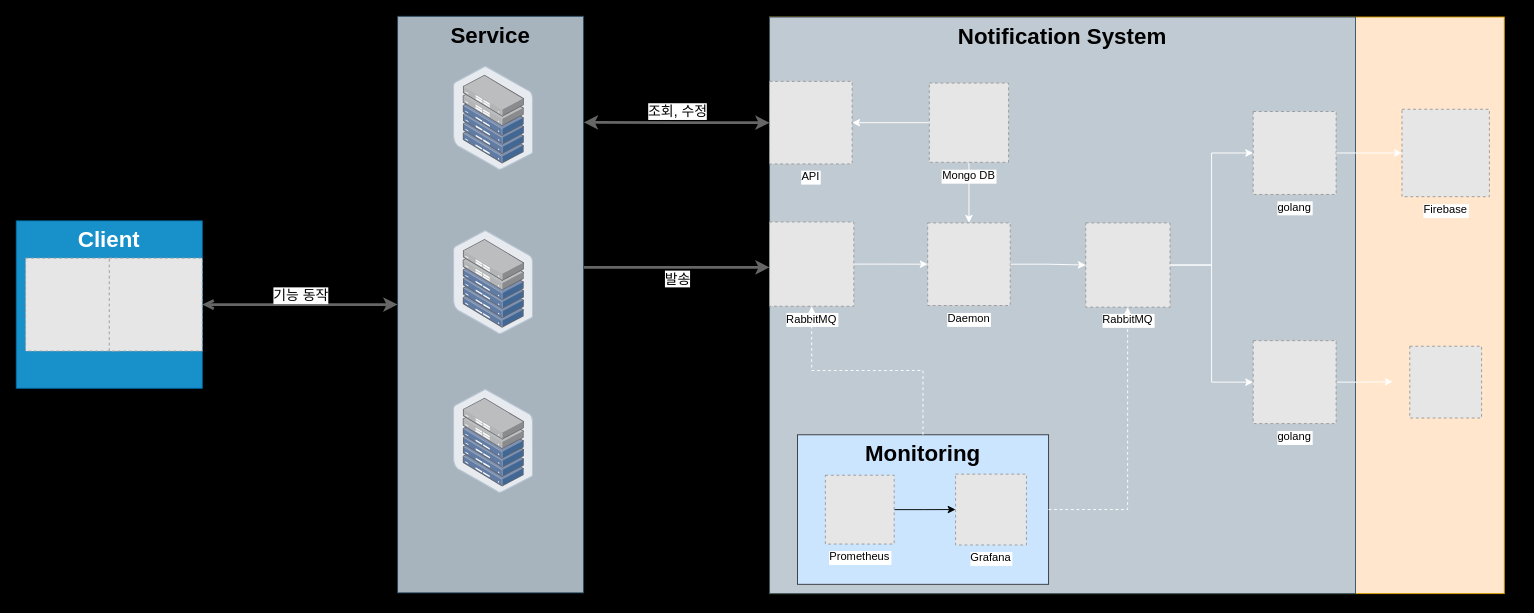
TreeStone94/drawio keeps this draw.io diagram as page "Page-1의 복사본" (2 of 2) of architecture/notification.drawio. Above is the earlier version. Source tidied: cells renumbered, new cells numbered last; positions are measured from the earlier drawing's top-left corner, leaving out a move shared by most shapes. Both pictures are drawn from the tidied source at 93%, with x=0, y=0 at pixel (16, 16). Pictures stored in the file or linked from it are replaced by grey dashed boxes.
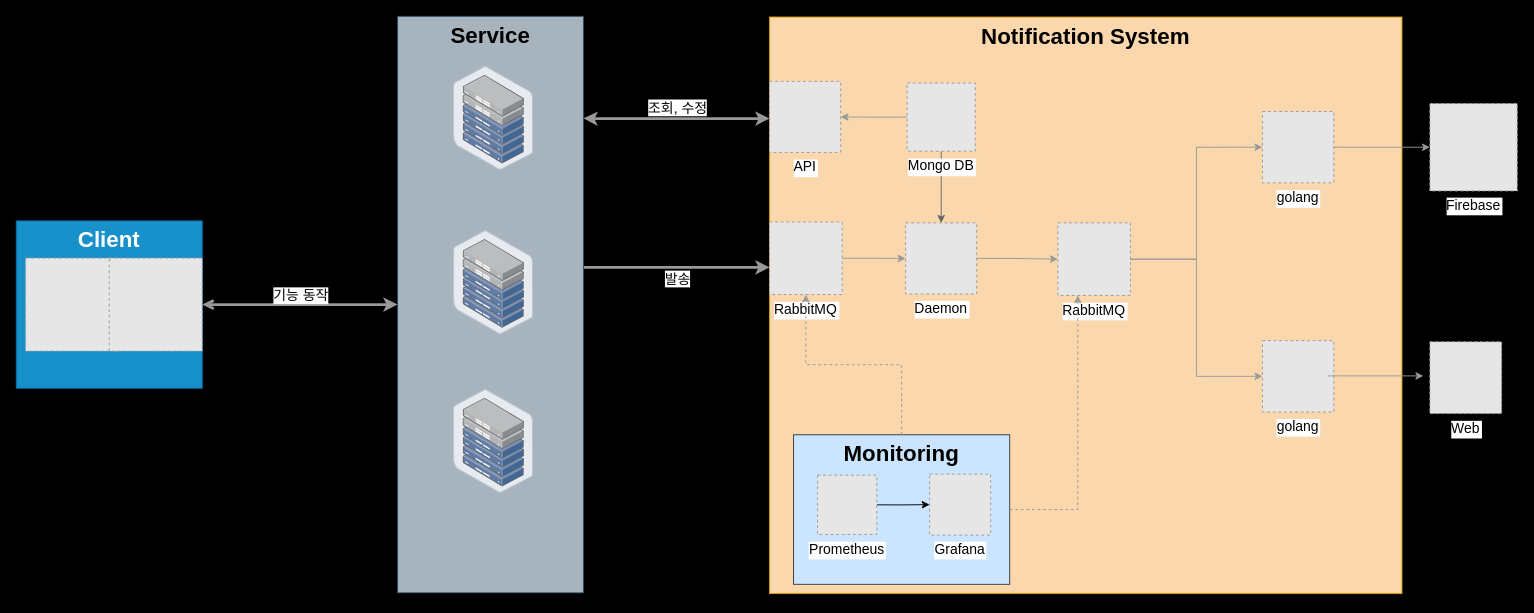
The same page after the edit.

Unchanged cells that the change refers to:
```xml
<mxCell id="33" value="&lt;h1 style=&quot;margin-top: 0px;&quot;&gt;Service&lt;/h1&gt;" style="text;html=1;whiteSpace=wrap;overflow=hidden;rounded=0;fillColor=#bac8d3;strokeColor=#23445d;opacity=90;align=center;" parent="32" vertex="1">
  <mxGeometry width="200" height="620" as="geometry" />
</mxCell>
<mxCell id="38" value="&lt;h1 style=&quot;margin-top: 0px;&quot;&gt;Client&lt;/h1&gt;" style="text;html=1;whiteSpace=wrap;overflow=hidden;rounded=0;fillColor=#1ba1e2;fontColor=#ffffff;strokeColor=#006EAF;opacity=90;align=center;" parent="37" vertex="1">
  <mxGeometry width="200" height="180" as="geometry" />
</mxCell>
```

What changed in the source:
```diff
@@
-    <mxCell id="2" style="edgeStyle=orthogonalEdgeStyle;rounded=0;jettySize=auto;html=1;strokeColor=#666666;strokeWidth=3;startArrow=open;startFill=0;fillColor=#f5f5f5;" parent="1" edge="1" source="38" target="33">
+    <mxCell id="2" style="edgeStyle=orthogonalEdgeStyle;rounded=0;jettySize=auto;html=1;strokeColor=#999999;strokeWidth=3;startArrow=open;startFill=0;fillColor=#f5f5f5;" parent="1" edge="1" source="38" target="33">
       <mxGeometry relative="1" as="geometry" />
     </mxCell>
@@
-    <mxCell id="4" style="rounded=0;orthogonalLoop=1;jettySize=auto;html=1;strokeColor=#666666;strokeWidth=3;fillColor=#f5f5f5;" parent="1" edge="1">
+    <mxCell id="4" style="rounded=0;orthogonalLoop=1;jettySize=auto;html=1;strokeColor=#999999;strokeWidth=3;fillColor=#f5f5f5;" parent="1" edge="1">
       <mxGeometry relative="1" as="geometry">
         <mxPoint x="610" y="270" as="sourcePoint" />
         <mxPoint x="810" y="270" as="targetPoint" />
       </mxGeometry>
     </mxCell>
@@
-    <mxCell id="6" style="group;fillColor=#ffe6cc;strokeColor=#d79b00;" parent="1" vertex="1">
-      <mxGeometry x="810" y="0.8" width="790" height="620" as="geometry" />
+    <mxCell id="6" value="Notification System&#10;" style="group;fillColor=#FAD7AC;strokeColor=#d79b00;fontSize=24;fontStyle=1;" parent="1" vertex="1">
+      <mxGeometry x="810" y="0.8" width="680" height="620" as="geometry" />
     </mxCell>
-    <mxCell id="7" value="&lt;h1 style=&quot;margin-top: 0px;&quot;&gt;Notification System&lt;/h1&gt;" style="text;html=1;whiteSpace=wrap;overflow=hidden;rounded=0;fillColor=#bac8d3;strokeColor=#23445d;opacity=90;align=center;" parent="6" vertex="1">
-      <mxGeometry width="630" height="620" as="geometry" />
-    </mxCell>
-    <mxCell id="8" value="API" style="fillColor=#E6E6E6;strokeColor=#999999;dashed=1;verticalLabelPosition=bottom;labelBackgroundColor=default;verticalAlign=top;" parent="6" vertex="1">
-      <mxGeometry y="69.2" width="88.8" height="88.8" as="geometry" />
+    <mxCell id="8" value="API" style="fillColor=#E6E6E6;strokeColor=#999999;dashed=1;verticalLabelPosition=bottom;labelBackgroundColor=default;verticalAlign=top;fontSize=15;" parent="6" vertex="1">
+      <mxGeometry y="69.2" width="76.4" height="76.4" as="geometry" />
     </mxCell>
-    <mxCell id="9" value="RabbitMQ" style="fillColor=#E6E6E6;strokeColor=#999999;dashed=1;verticalLabelPosition=bottom;labelBackgroundColor=#ffffff;verticalAlign=top;" parent="6" vertex="1">
-      <mxGeometry y="220.4" width="90.6" height="90.6" as="geometry" />
+    <mxCell id="9" value="RabbitMQ" style="fillColor=#E6E6E6;strokeColor=#999999;dashed=1;verticalLabelPosition=bottom;labelBackgroundColor=#ffffff;verticalAlign=top;fontSize=15;" parent="6" vertex="1">
+      <mxGeometry y="220.4" width="78" height="78" as="geometry" />
     </mxCell>
-    <mxCell id="10" style="edgeStyle=orthogonalEdgeStyle;rounded=0;jettySize=auto;html=1;strokeColor=#FFFFFF;" parent="6" edge="1" source="9" target="11">
+    <mxCell id="10" style="edgeStyle=orthogonalEdgeStyle;rounded=0;jettySize=auto;html=1;strokeColor=#999999;fillColor=#f5f5f5;" parent="6" edge="1" source="9" target="11">
       <mxGeometry relative="1" as="geometry" />
     </mxCell>
-    <mxCell id="11" value="Daemon" style="fillColor=#E6E6E6;strokeColor=#999999;dashed=1;verticalLabelPosition=bottom;labelBackgroundColor=default;verticalAlign=top;" parent="6" vertex="1">
-      <mxGeometry x="170" y="221.4" width="88.8" height="88.8" as="geometry" />
+    <mxCell id="11" value="Daemon" style="fillColor=#E6E6E6;strokeColor=#999999;dashed=1;verticalLabelPosition=bottom;labelBackgroundColor=default;verticalAlign=top;fontSize=15;" parent="6" vertex="1">
+      <mxGeometry x="146.3" y="221.4" width="76.4" height="76.4" as="geometry" />
     </mxCell>
-    <mxCell id="12" style="edgeStyle=orthogonalEdgeStyle;rounded=0;jettySize=auto;html=1;exitX=1;exitY=0.5;exitDx=0;exitDy=0;entryX=0;entryY=0.5;entryDx=0;entryDy=0;strokeColor=#FFFFFF;" parent="6" edge="1" source="11" target="13">
+    <mxCell id="12" style="edgeStyle=orthogonalEdgeStyle;rounded=0;jettySize=auto;html=1;exitX=1;exitY=0.5;exitDx=0;exitDy=0;entryX=0;entryY=0.5;entryDx=0;entryDy=0;strokeColor=#999999;fillColor=#f5f5f5;" parent="6" edge="1" source="11" target="13">
       <mxGeometry relative="1" as="geometry" />
     </mxCell>
-    <mxCell id="13" value="RabbitMQ" style="fillColor=#E6E6E6;strokeColor=#999999;dashed=1;verticalLabelPosition=bottom;labelBackgroundColor=#ffffff;verticalAlign=top;" parent="6" vertex="1">
-      <mxGeometry x="340" y="221.4" width="90.6" height="90.6" as="geometry" />
+    <mxCell id="13" value="RabbitMQ" style="fillColor=#E6E6E6;strokeColor=#999999;dashed=1;verticalLabelPosition=bottom;labelBackgroundColor=#ffffff;verticalAlign=top;fontSize=15;" parent="6" vertex="1">
+      <mxGeometry x="310" y="221.4" width="78" height="78" as="geometry" />
     </mxCell>
-    <mxCell id="14" style="edgeStyle=orthogonalEdgeStyle;rounded=0;jettySize=auto;html=1;exitX=1;exitY=0.5;exitDx=0;exitDy=0;strokeColor=#FFFFFF;" parent="6" edge="1" source="15">
-      <mxGeometry relative="1" as="geometry">
-        <mxPoint x="670" y="392.2" as="targetPoint" />
-      </mxGeometry>
-    </mxCell>
-    <mxCell id="15" value="golang" style="fillColor=#E6E6E6;strokeColor=#999999;dashed=1;verticalLabelPosition=bottom;labelBackgroundColor=default;verticalAlign=top;" parent="6" vertex="1">
-      <mxGeometry x="520" y="348" width="89.2" height="89.2" as="geometry" />
+    <mxCell id="15" value="golang" style="fillColor=#E6E6E6;strokeColor=#999999;dashed=1;verticalLabelPosition=bottom;labelBackgroundColor=default;verticalAlign=top;fontSize=15;" parent="6" vertex="1">
+      <mxGeometry x="530" y="348" width="76.7" height="76.7" as="geometry" />
     </mxCell>
-    <mxCell id="16" style="edgeStyle=orthogonalEdgeStyle;rounded=0;jettySize=auto;html=1;exitX=1;exitY=0.5;exitDx=0;exitDy=0;strokeColor=#FFFFFF;entryX=0;entryY=0.5;entryDx=0;entryDy=0;" parent="6" edge="1" source="13" target="15">
+    <mxCell id="16" style="edgeStyle=orthogonalEdgeStyle;rounded=0;jettySize=auto;html=1;exitX=1;exitY=0.5;exitDx=0;exitDy=0;strokeColor=#999999;entryX=0;entryY=0.5;entryDx=0;entryDy=0;fillColor=#f5f5f5;" parent="6" edge="1" source="13" target="15">
       <mxGeometry relative="1" as="geometry" />
     </mxCell>
-    <mxCell id="17" value="golang" style="fillColor=#E6E6E6;strokeColor=#999999;dashed=1;verticalLabelPosition=bottom;labelBackgroundColor=default;verticalAlign=top;" parent="6" vertex="1">
-      <mxGeometry x="520" y="101.6" width="89.2" height="89.2" as="geometry" />
+    <mxCell id="17" value="golang" style="fillColor=#E6E6E6;strokeColor=#999999;dashed=1;verticalLabelPosition=bottom;labelBackgroundColor=default;verticalAlign=top;fontSize=15;" parent="6" vertex="1">
+      <mxGeometry x="530" y="101.6" width="76.7" height="76.7" as="geometry" />
     </mxCell>
-    <mxCell id="18" style="edgeStyle=orthogonalEdgeStyle;rounded=0;jettySize=auto;html=1;exitX=1;exitY=0.5;exitDx=0;exitDy=0;fontColor=#FFFFFF;strokeColor=#FFFFFF;entryX=0;entryY=0.5;entryDx=0;entryDy=0;" parent="6" edge="1" source="17" target="19">
-      <mxGeometry relative="1" as="geometry">
-        <Array as="points">
-          <mxPoint x="650" y="146" />
-        </Array>
-      </mxGeometry>
-    </mxCell>
-    <mxCell id="19" value="Firebase" style="fillColor=#E6E6E6;strokeColor=#999999;dashed=1;verticalLabelPosition=bottom;labelBackgroundColor=default;verticalAlign=top;" parent="6" vertex="1">
-      <mxGeometry x="680" y="99.2" width="94" height="94" as="geometry" />
-    </mxCell>
-    <mxCell id="20" style="edgeStyle=orthogonalEdgeStyle;rounded=0;jettySize=auto;html=1;exitX=0.5;exitY=1;exitDx=0;exitDy=0;strokeColor=#FFFFFF;" parent="6" edge="1" source="22" target="11">
+    <mxCell id="20" style="edgeStyle=orthogonalEdgeStyle;rounded=0;jettySize=auto;html=1;exitX=0.5;exitY=1;exitDx=0;exitDy=0;strokeColor=#666666;fillColor=#f5f5f5;" parent="6" edge="1" source="22" target="11">
       <mxGeometry relative="1" as="geometry" />
     </mxCell>
-    <mxCell id="21" style="edgeStyle=orthogonalEdgeStyle;rounded=0;jettySize=auto;html=1;exitX=0;exitY=0.5;exitDx=0;exitDy=0;strokeColor=#FFFFFF;" parent="6" edge="1" source="22" target="8">
+    <mxCell id="21" style="edgeStyle=orthogonalEdgeStyle;rounded=0;jettySize=auto;html=1;exitX=0;exitY=0.5;exitDx=0;exitDy=0;strokeColor=#999999;fillColor=#f5f5f5;" parent="6" edge="1" source="22" target="8">
       <mxGeometry relative="1" as="geometry" />
     </mxCell>
-    <mxCell id="22" value="Mongo DB" style="fillColor=#E6E6E6;strokeColor=#999999;dashed=1;verticalLabelPosition=bottom;labelBackgroundColor=default;verticalAlign=top;" parent="6" vertex="1">
-      <mxGeometry x="171.8" y="71" width="85.2" height="85.2" as="geometry" />
+    <mxCell id="22" value="Mongo DB" style="fillColor=#E6E6E6;strokeColor=#999999;dashed=1;verticalLabelPosition=bottom;labelBackgroundColor=default;verticalAlign=top;fontSize=15;" parent="6" vertex="1">
+      <mxGeometry x="147.9" y="71" width="73.3" height="73.3" as="geometry" />
     </mxCell>
-    <mxCell id="23" style="group;" parent="6" vertex="1">
-      <mxGeometry x="30" y="449.2" width="270" height="160.8" as="geometry" />
+    <mxCell id="23" style="group;fontSize=15;" parent="6" vertex="1">
+      <mxGeometry x="25.8" y="449.2" width="232.4" height="160.8" as="geometry" />
     </mxCell>
     <mxCell id="24" value="&lt;h1 style=&quot;margin-top: 0px;&quot;&gt;Monitoring&lt;/h1&gt;" style="text;html=1;whiteSpace=wrap;overflow=hidden;rounded=0;align=center;fillColor=#cce5ff;strokeColor=#36393d;" parent="23" vertex="1">
-      <mxGeometry width="270" height="160.8" as="geometry" />
+      <mxGeometry width="232.4" height="160.8" as="geometry" />
     </mxCell>
-    <mxCell id="25" value="Grafana" style="fillColor=#E6E6E6;strokeColor=#999999;dashed=1;verticalLabelPosition=bottom;labelBackgroundColor=default;verticalAlign=top;" parent="23" vertex="1">
-      <mxGeometry x="170" y="42.3" width="76.2" height="76.2" as="geometry" />
+    <mxCell id="25" value="Grafana" style="fillColor=#E6E6E6;strokeColor=#999999;dashed=1;verticalLabelPosition=bottom;labelBackgroundColor=default;verticalAlign=top;fontSize=15;" parent="23" vertex="1">
+      <mxGeometry x="146.3" y="42.3" width="65.6" height="65.6" as="geometry" />
     </mxCell>
@@
-    <mxCell id="27" value="Prometheus" style="fillColor=#E6E6E6;strokeColor=#999999;dashed=1;verticalLabelPosition=bottom;labelBackgroundColor=default;verticalAlign=top;" parent="23" vertex="1">
-      <mxGeometry x="30" y="43.5" width="74" height="74" as="geometry" />
+    <mxCell id="27" value="Prometheus" style="fillColor=#E6E6E6;strokeColor=#999999;dashed=1;verticalLabelPosition=bottom;labelBackgroundColor=default;verticalAlign=top;fontSize=15;" parent="23" vertex="1">
+      <mxGeometry x="25.8" y="43.5" width="63.7" height="63.7" as="geometry" />
     </mxCell>
-    <mxCell id="28" style="edgeStyle=orthogonalEdgeStyle;rounded=0;jettySize=auto;html=1;exitX=1;exitY=0.5;exitDx=0;exitDy=0;dashed=1;strokeColor=#FFFFFF;" parent="6" edge="1" source="24" target="13">
+    <mxCell id="28" style="edgeStyle=orthogonalEdgeStyle;rounded=0;jettySize=auto;html=1;exitX=1;exitY=0.5;exitDx=0;exitDy=0;dashed=1;strokeColor=#999999;fillColor=#f5f5f5;" parent="6" edge="1" source="24" target="13">
       <mxGeometry relative="1" as="geometry">
         <Array as="points">
-          <mxPoint x="385" y="530" />
+          <mxPoint x="331.4" y="530" />
         </Array>
       </mxGeometry>
     </mxCell>
-    <mxCell id="29" style="edgeStyle=orthogonalEdgeStyle;rounded=0;jettySize=auto;html=1;exitX=0.5;exitY=0;exitDx=0;exitDy=0;dashed=1;strokeColor=#FFFFFF;" parent="6" edge="1" source="24" target="9">
+    <mxCell id="29" style="edgeStyle=orthogonalEdgeStyle;rounded=0;jettySize=auto;html=1;exitX=0.5;exitY=0;exitDx=0;exitDy=0;dashed=1;strokeColor=#999999;fillColor=#f5f5f5;" parent="6" edge="1" source="24" target="9">
       <mxGeometry relative="1" as="geometry" />
     </mxCell>
-    <mxCell id="30" style="edgeStyle=orthogonalEdgeStyle;rounded=0;jettySize=auto;html=1;exitX=1;exitY=0.5;exitDx=0;exitDy=0;strokeColor=#FFFFFF;entryX=0;entryY=0.5;entryDx=0;entryDy=0;" parent="6" edge="1" source="13" target="17">
+    <mxCell id="30" style="edgeStyle=orthogonalEdgeStyle;rounded=0;jettySize=auto;html=1;exitX=1;exitY=0.5;exitDx=0;exitDy=0;strokeColor=#999999;entryX=0;entryY=0.5;entryDx=0;entryDy=0;fillColor=#f5f5f5;" parent="6" edge="1" source="13" target="17">
       <mxGeometry relative="1" as="geometry" />
     </mxCell>
-    <mxCell id="31" style="fillColor=#E6E6E6;strokeColor=#999999;dashed=1;verticalLabelPosition=bottom;labelBackgroundColor=default;verticalAlign=top;" parent="6" vertex="1">
-      <mxGeometry x="688.4" y="354" width="77.2" height="77.2" as="geometry" />
-    </mxCell>
+    <mxCell id="43" style="edgeStyle=orthogonalEdgeStyle;rounded=0;orthogonalLoop=1;jettySize=auto;html=1;exitX=1;exitY=0.5;exitDx=0;exitDy=0;fontColor=#FFFFFF;strokeColor=#999999;entryX=0;entryY=0.5;entryDx=0;entryDy=0;fillColor=#f5f5f5;" parent="6" edge="1">
+      <mxGeometry relative="1" as="geometry">
+        <mxPoint x="600" y="385.9" as="sourcePoint" />
+        <mxPoint x="703" y="385.9" as="targetPoint" />
+        <Array as="points">
+          <mxPoint x="613" y="385.9" />
+          <mxPoint x="613" y="385.9" />
+        </Array>
+      </mxGeometry>
+    </mxCell>
@@
-    <mxCell id="41" style="edgeStyle=orthogonalEdgeStyle;rounded=0;jettySize=auto;html=1;exitX=0;exitY=0.5;exitDx=0;exitDy=0;entryX=1.001;entryY=0.184;entryDx=0;entryDy=0;entryPerimeter=0;strokeColor=#666666;startArrow=classic;startFill=1;strokeWidth=3;fillColor=#f5f5f5;" parent="1" edge="1" source="8" target="33">
-      <mxGeometry relative="1" as="geometry" />
+    <mxCell id="41" style="edgeStyle=orthogonalEdgeStyle;rounded=0;jettySize=auto;html=1;entryX=0.999;entryY=0.177;entryDx=0;entryDy=0;entryPerimeter=0;strokeColor=#999999;startArrow=classic;startFill=1;strokeWidth=3;fillColor=#f5f5f5;" parent="1" edge="1" target="33">
+      <mxGeometry relative="1" as="geometry">
+        <mxPoint x="810" y="110" as="sourcePoint" />
+        <Array as="points">
+          <mxPoint x="620" y="110" />
+        </Array>
+      </mxGeometry>
     </mxCell>
@@
+    <mxCell id="19" value="Firebase" style="fillColor=#E6E6E6;strokeColor=#999999;dashed=1;verticalLabelPosition=bottom;labelBackgroundColor=default;verticalAlign=top;fontSize=15;" parent="1" vertex="1">
+      <mxGeometry x="1520" y="93.8" width="94" height="94" as="geometry" />
+    </mxCell>
+    <mxCell id="18" style="edgeStyle=orthogonalEdgeStyle;rounded=0;jettySize=auto;html=1;exitX=1;exitY=0.5;exitDx=0;exitDy=0;fontColor=#FFFFFF;strokeColor=#999999;entryX=0;entryY=0.5;entryDx=0;entryDy=0;fillColor=#f5f5f5;" parent="1" edge="1" source="17" target="19">
+      <mxGeometry relative="1" as="geometry">
+        <Array as="points">
+          <mxPoint x="1430" y="141" />
+          <mxPoint x="1430" y="141" />
+        </Array>
+      </mxGeometry>
+    </mxCell>
+    <mxCell id="31" value="Web" style="fillColor=#E6E6E6;strokeColor=#999999;dashed=1;verticalLabelPosition=bottom;labelBackgroundColor=default;verticalAlign=top;fontSize=15;" parent="1" vertex="1">
+      <mxGeometry x="1520" y="350" width="77.2" height="77.2" as="geometry" />
+    </mxCell>
```
